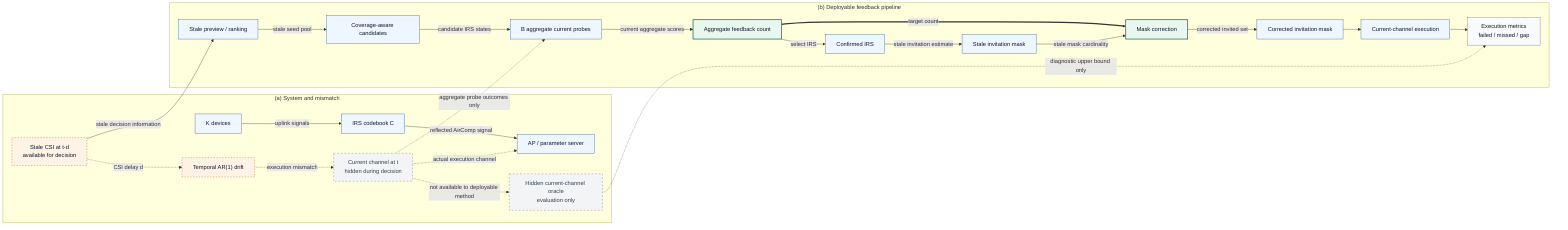
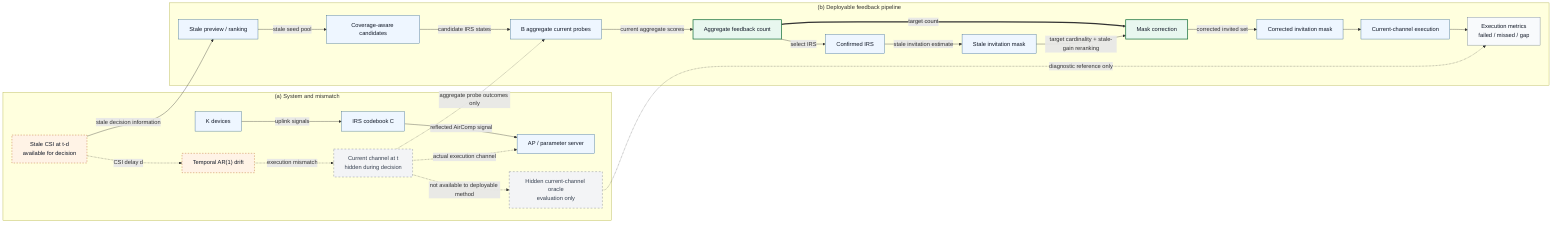
%% Figure 1 source: System and deployable feedback flow.
%% This Mermaid file is a versioned concept figure source, not a generated result.
%% Hidden current-channel information must remain evaluation-only.

flowchart LR
    subgraph panel_a["(a) System and mismatch"]
        devices["K devices"]
        irs["IRS codebook C"]
        ap["AP / parameter server"]
        stale["Stale CSI at t-d<br/>available for decision"]
        drift["Temporal AR(1) drift"]
        current["Current channel at t<br/>hidden during decision"]
        oracle["Hidden current-channel oracle<br/>evaluation only"]

        devices -->|"uplink signals"| irs
        irs -->|"reflected AirComp signal"| ap
        stale -.->|"CSI delay d"| drift
        drift -.->|"execution mismatch"| current
        current -.->|"not available to deployable method"| oracle
        current -.->|"actual execution channel"| ap
    end

    subgraph panel_b["(b) Deployable feedback pipeline"]
        stale_preview["Stale preview / ranking"]
        candidates["Coverage-aware candidates"]
        probes["B aggregate current probes"]
        agg["Aggregate feedback count"]
        confirmed["Confirmed IRS"]
        stale_mask["Stale invitation mask"]
        correction["Mask correction"]
        corrected_mask["Corrected invitation mask"]
        execution["Current-channel execution"]
        metrics["Execution metrics<br/>failed / missed / gap"]

        stale_preview -->|"stale seed pool"| candidates
        candidates -->|"candidate IRS states"| probes
        probes -->|"current aggregate scores"| agg
        agg -->|"select IRS"| confirmed
        confirmed -->|"stale invitation estimate"| stale_mask
        agg ==>|target count| correction
-         stale_mask -->|"stale mask cardinality"| correction
+         stale_mask -->|"target cardinality + stale-gain reranking"| correction
        correction -->|"corrected invited set"| corrected_mask
        corrected_mask --> execution
        execution --> metrics
    end

    stale -->|"stale decision information"| stale_preview
    current -.->|"aggregate probe outcomes only"| probes
-     oracle -.->|"diagnostic upper bound only"| metrics
+     oracle -.->|"diagnostic reference only"| metrics

    classDef deployable fill:#eef6ff,stroke:#2c5f8a,color:#111827,stroke-width:1px;
    classDef correctionClass fill:#e8f7ef,stroke:#16703b,color:#111827,stroke-width:2px;
    classDef hidden fill:#f3f4f6,stroke:#6b7280,color:#374151,stroke-dasharray: 5 5;
    classDef mismatch fill:#fff3e6,stroke:#b45309,color:#111827,stroke-dasharray: 4 4;
    classDef metricsClass fill:#f8fafc,stroke:#64748b,color:#111827;

    class devices,irs,ap,stale_preview,candidates,probes,confirmed,stale_mask,corrected_mask,execution deployable;
    class agg,correction correctionClass;
    class current,oracle hidden;
    class stale,drift mismatch;
    class metrics metricsClass;
